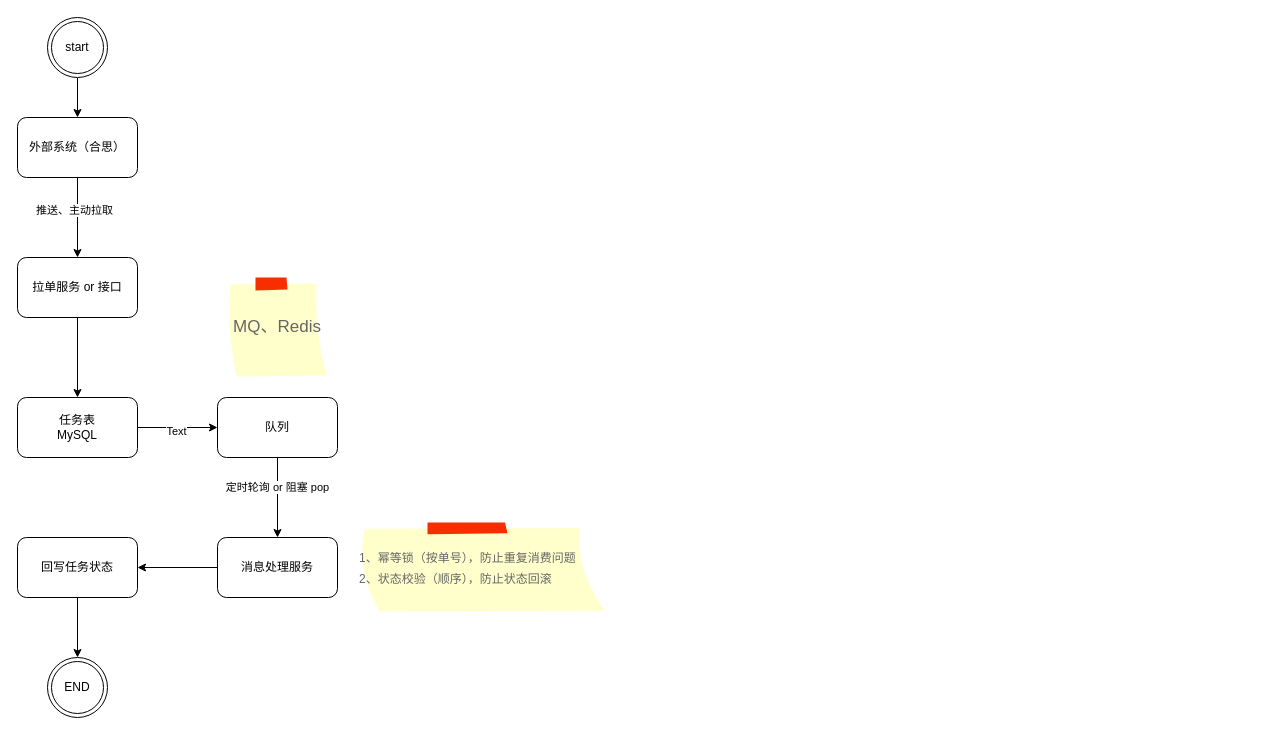
Earlier version of the draw.io diagram 拉状态.drawio (unclequentin/diagrams). Source tidied: cells renumbered, new cells numbered last; positions are measured from the earlier drawing's top-left corner, leaving out a move shared by most shapes. Both pictures are drawn from the tidied source at 100%, with x=0, y=0 at pixel (17, 17).
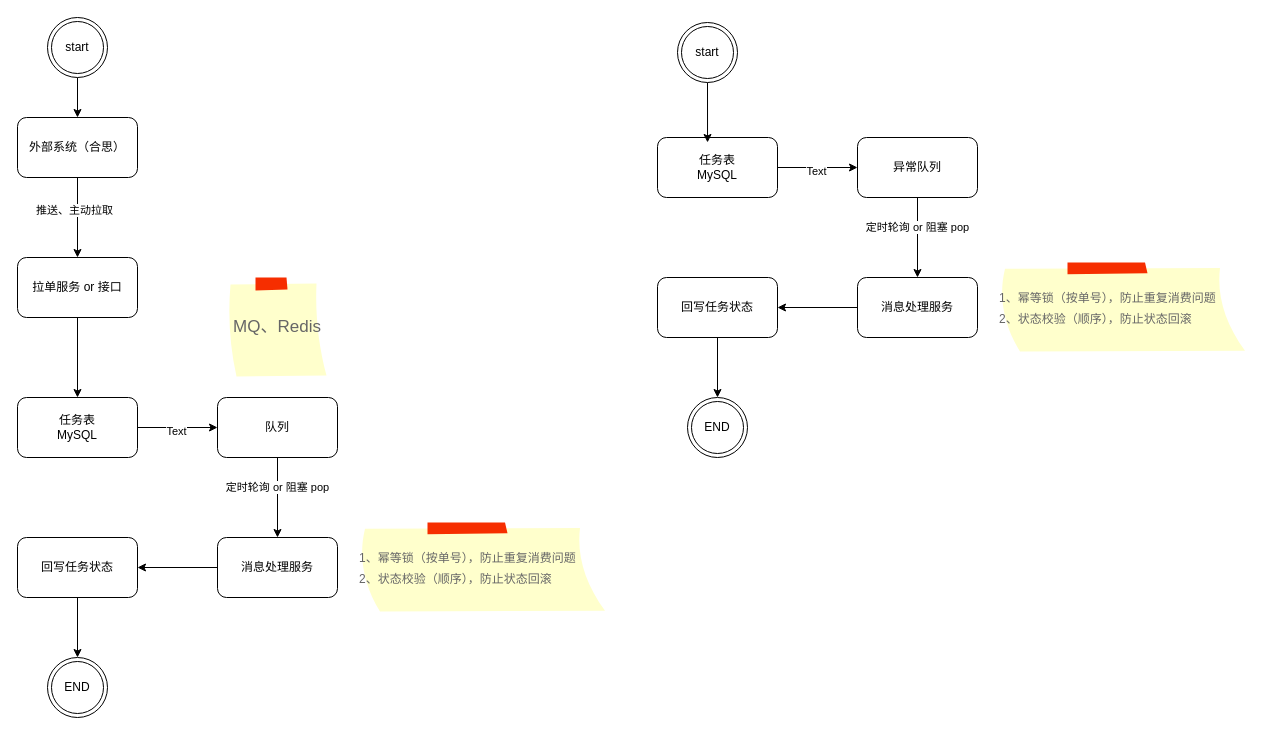
The same diagram, later.

Commit message (it also covers changes not shown here):
更新拉状态.drawio

The edit, as a diff of the source:
```diff
@@
+    <mxCell id="22" style="edgeStyle=orthogonalEdgeStyle;rounded=0;jettySize=auto;html=1;" parent="1" edge="1" source="24" target="27">
+      <mxGeometry relative="1" as="geometry" />
+    </mxCell>
+    <mxCell id="23" value="Text" style="edgeLabel;html=1;align=center;verticalAlign=middle;" parent="22" vertex="1">
+      <mxGeometry x="-0.05" y="-3" relative="1" as="geometry" />
+    </mxCell>
+    <mxCell id="24" value="任务表&lt;div&gt;MySQL&lt;/div&gt;" style="whiteSpace=wrap;html=1;rounded=1;" parent="1" vertex="1">
+      <mxGeometry x="640" y="120" width="120" height="60" as="geometry" />
+    </mxCell>
+    <mxCell id="25" style="edgeStyle=orthogonalEdgeStyle;rounded=0;jettySize=auto;html=1;" parent="1" edge="1" source="27" target="29">
+      <mxGeometry relative="1" as="geometry" />
+    </mxCell>
+    <mxCell id="26" value="定时轮询 or 阻塞 pop" style="edgeLabel;html=1;align=center;verticalAlign=middle;" parent="25" vertex="1">
+      <mxGeometry x="-0.28" y="-1" relative="1" as="geometry" />
+    </mxCell>
+    <mxCell id="27" value="异常队列" style="whiteSpace=wrap;html=1;rounded=1;" parent="1" vertex="1">
+      <mxGeometry x="840" y="120" width="120" height="60" as="geometry" />
+    </mxCell>
+    <mxCell id="28" style="edgeStyle=orthogonalEdgeStyle;rounded=0;jettySize=auto;html=1;" parent="1" edge="1" source="29" target="32">
+      <mxGeometry relative="1" as="geometry" />
+    </mxCell>
+    <mxCell id="29" value="消息处理服务" style="whiteSpace=wrap;html=1;rounded=1;" parent="1" vertex="1">
+      <mxGeometry x="840" y="260" width="120" height="60" as="geometry" />
+    </mxCell>
+    <mxCell id="30" value="&lt;font style=&quot;font-size: 12px;&quot;&gt;1、幂等锁（按单号），防止重复消费问题&lt;/font&gt;&lt;div&gt;&lt;font style=&quot;font-size: 12px;&quot;&gt;2、状态校验（顺序），防止状态回滚&lt;/font&gt;&lt;/div&gt;" style="strokeWidth=1;shadow=0;dashed=0;align=left;html=1;shape=mxgraph.mockup.text.stickyNote2;fontColor=#666666;mainText=;fontSize=17;whiteSpace=wrap;fillColor=#ffffcc;strokeColor=#F62E00;" parent="1" vertex="1">
+      <mxGeometry x="980" y="245" width="250" height="90" as="geometry" />
+    </mxCell>
+    <mxCell id="31" style="edgeStyle=orthogonalEdgeStyle;rounded=0;jettySize=auto;html=1;exitX=0.5;exitY=1;exitDx=0;exitDy=0;entryX=0.5;entryY=0;entryDx=0;entryDy=0;" parent="1" edge="1" source="32" target="33">
+      <mxGeometry relative="1" as="geometry" />
+    </mxCell>
+    <mxCell id="32" value="回写任务状态" style="whiteSpace=wrap;html=1;rounded=1;" parent="1" vertex="1">
+      <mxGeometry x="640" y="260" width="120" height="60" as="geometry" />
+    </mxCell>
+    <mxCell id="33" value="END" style="ellipse;shape=doubleEllipse;html=1;dashed=0;whiteSpace=wrap;" parent="1" vertex="1">
+      <mxGeometry x="670" y="380" width="60" height="60" as="geometry" />
+    </mxCell>
+    <mxCell id="34" style="edgeStyle=orthogonalEdgeStyle;rounded=0;jettySize=auto;html=1;exitX=0.5;exitY=1;exitDx=0;exitDy=0;entryX=0.417;entryY=0.083;entryDx=0;entryDy=0;entryPerimeter=0;" parent="1" edge="1" source="35" target="24">
+      <mxGeometry relative="1" as="geometry" />
+    </mxCell>
+    <mxCell id="35" value="start" style="ellipse;shape=doubleEllipse;html=1;dashed=0;whiteSpace=wrap;" parent="1" vertex="1">
+      <mxGeometry x="660" y="5" width="60" height="60" as="geometry" />
+    </mxCell>
```
